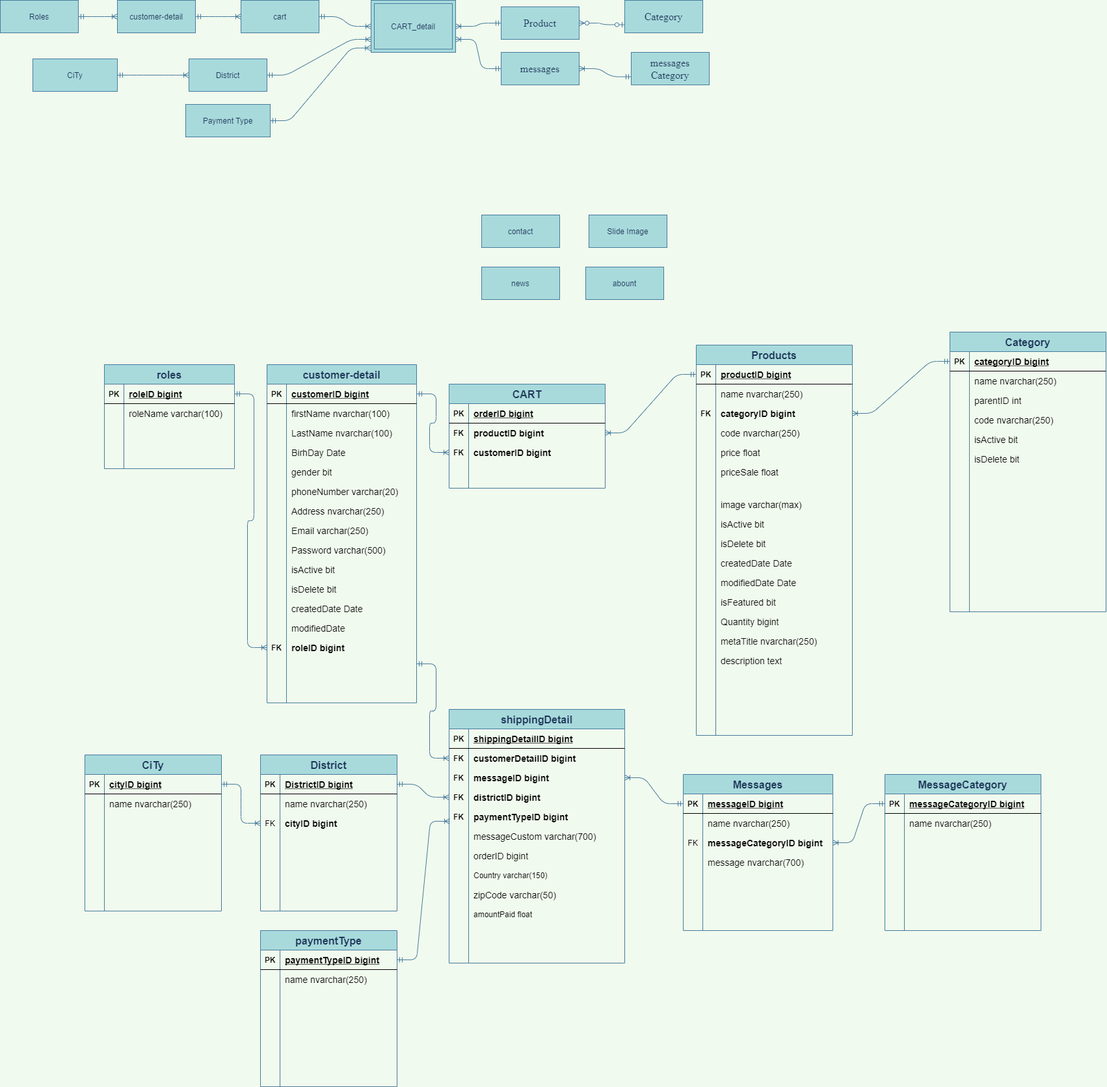
Above: Untitled Diagram.png in maialino123/Eproject-SEM3 (draw.io), before the change. Source tidied: cells renumbered, new cells last; positions are measured from the earlier drawing's top-left corner, leaving out a move shared by most shapes.
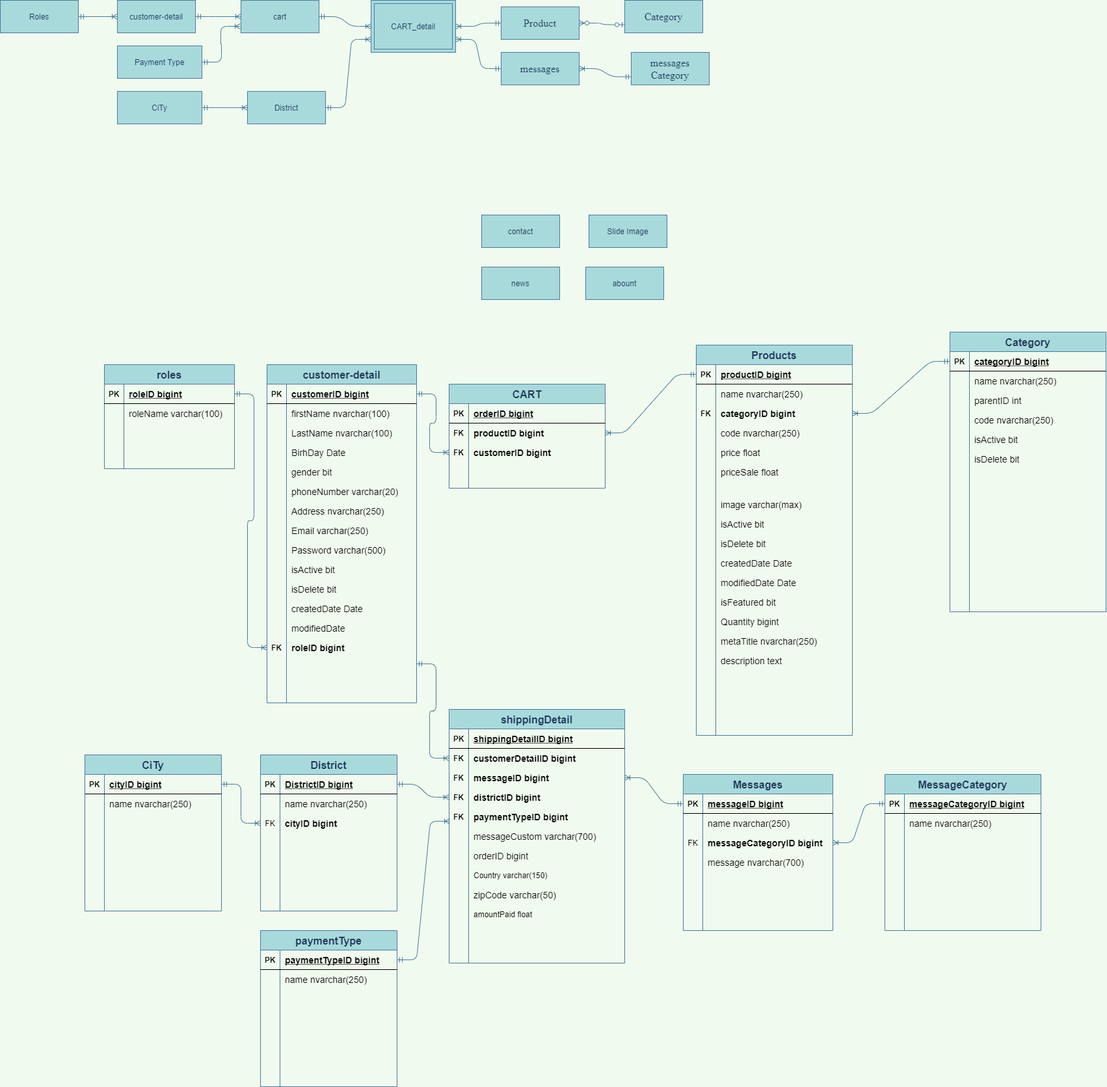
After the commit.

The edit, as a diff of the source:
```diff
@@ -24,10 +24,10 @@
       <mxGeometry relative="1" as="geometry" />
     </mxCell>
     <mxCell id="9" value="District" style="whiteSpace=wrap;html=1;align=center;rounded=0;sketch=0;fontColor=#1D3557;strokeColor=#457B9D;fillColor=#A8DADC;" parent="1" vertex="1">
-      <mxGeometry x="290" y="90" width="120" height="50" as="geometry" />
+      <mxGeometry x="380" y="140" width="120" height="50" as="geometry" />
     </mxCell>
     <mxCell id="10" value="CiTy" style="whiteSpace=wrap;html=1;align=center;rounded=0;sketch=0;fontColor=#1D3557;strokeColor=#457B9D;fillColor=#A8DADC;" parent="1" vertex="1">
-      <mxGeometry x="50" y="90" width="130" height="50" as="geometry" />
+      <mxGeometry x="180" y="140" width="130" height="50" as="geometry" />
     </mxCell>
     <mxCell id="11" style="edgeStyle=entityRelationEdgeStyle;fontSize=12;html=1;endArrow=ERoneToMany;startArrow=ERmandOne;fontColor=#1D3557;strokeColor=#457B9D;fillColor=#A8DADC;labelBackgroundColor=#F1FAEE;exitX=1;exitY=0.5;exitDx=0;exitDy=0;entryX=0;entryY=0.5;entryDx=0;entryDy=0;" parent="1" edge="1" source="10" target="9">
       <mxGeometry relative="1" as="geometry" />
@@ -54,10 +54,12 @@
       <mxGeometry relative="1" as="geometry" />
     </mxCell>
     <mxCell id="19" value="Payment Type" style="whiteSpace=wrap;html=1;align=center;rounded=0;sketch=0;fontColor=#1D3557;strokeColor=#457B9D;fillColor=#A8DADC;" parent="1" vertex="1">
-      <mxGeometry x="285" y="160" width="130" height="50" as="geometry" />
+      <mxGeometry x="180" y="70" width="130" height="50" as="geometry" />
     </mxCell>
-    <mxCell id="20" style="edgeStyle=entityRelationEdgeStyle;fontSize=12;html=1;endArrow=ERoneToMany;startArrow=ERmandOne;fontColor=#1D3557;strokeColor=#457B9D;fillColor=#A8DADC;entryX=-0.006;entryY=0.917;entryDx=0;entryDy=0;labelBackgroundColor=#F1FAEE;exitX=1;exitY=0.5;exitDx=0;exitDy=0;entryPerimeter=0;" parent="1" edge="1" source="19" target="320">
-      <mxGeometry relative="1" as="geometry" />
+    <mxCell id="20" style="edgeStyle=entityRelationEdgeStyle;fontSize=12;html=1;endArrow=ERoneToMany;startArrow=ERmandOne;fontColor=#1D3557;strokeColor=#457B9D;fillColor=#A8DADC;labelBackgroundColor=#F1FAEE;exitX=1;exitY=0.5;exitDx=0;exitDy=0;" parent="1" edge="1" source="19">
+      <mxGeometry relative="1" as="geometry">
+        <mxPoint x="369" y="40" as="targetPoint" />
+      </mxGeometry>
     </mxCell>
     <mxCell id="21" value="abount" style="whiteSpace=wrap;html=1;align=center;rounded=0;sketch=0;fontColor=#1D3557;strokeColor=#457B9D;fillColor=#A8DADC;" parent="1" vertex="1">
       <mxGeometry x="900" y="410" width="120" height="50" as="geometry" />
```
